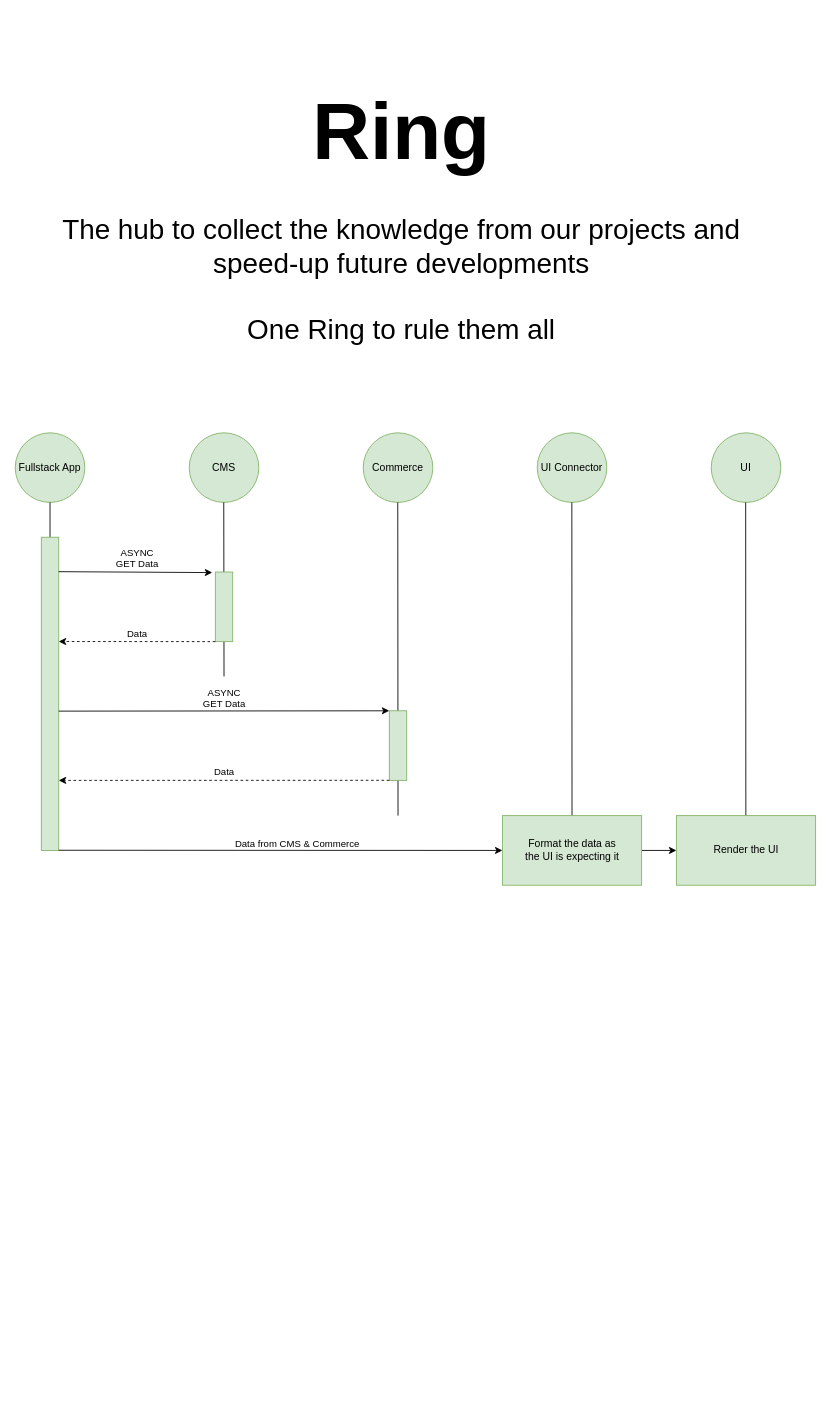
Before: page "Overview" (4 of 6) of docs/01-ways-of-working/ring-architecture/ring-architecture.drawio in Fedeorlandau/ring-1, a draw.io diagram. Source tidied: cells renumbered, new cells numbered last; positions are measured from the earlier drawing's top-left corner, leaving out a move shared by most shapes. Both pictures are drawn from the tidied source at 87%, with x=0, y=0 at pixel (15, 15).
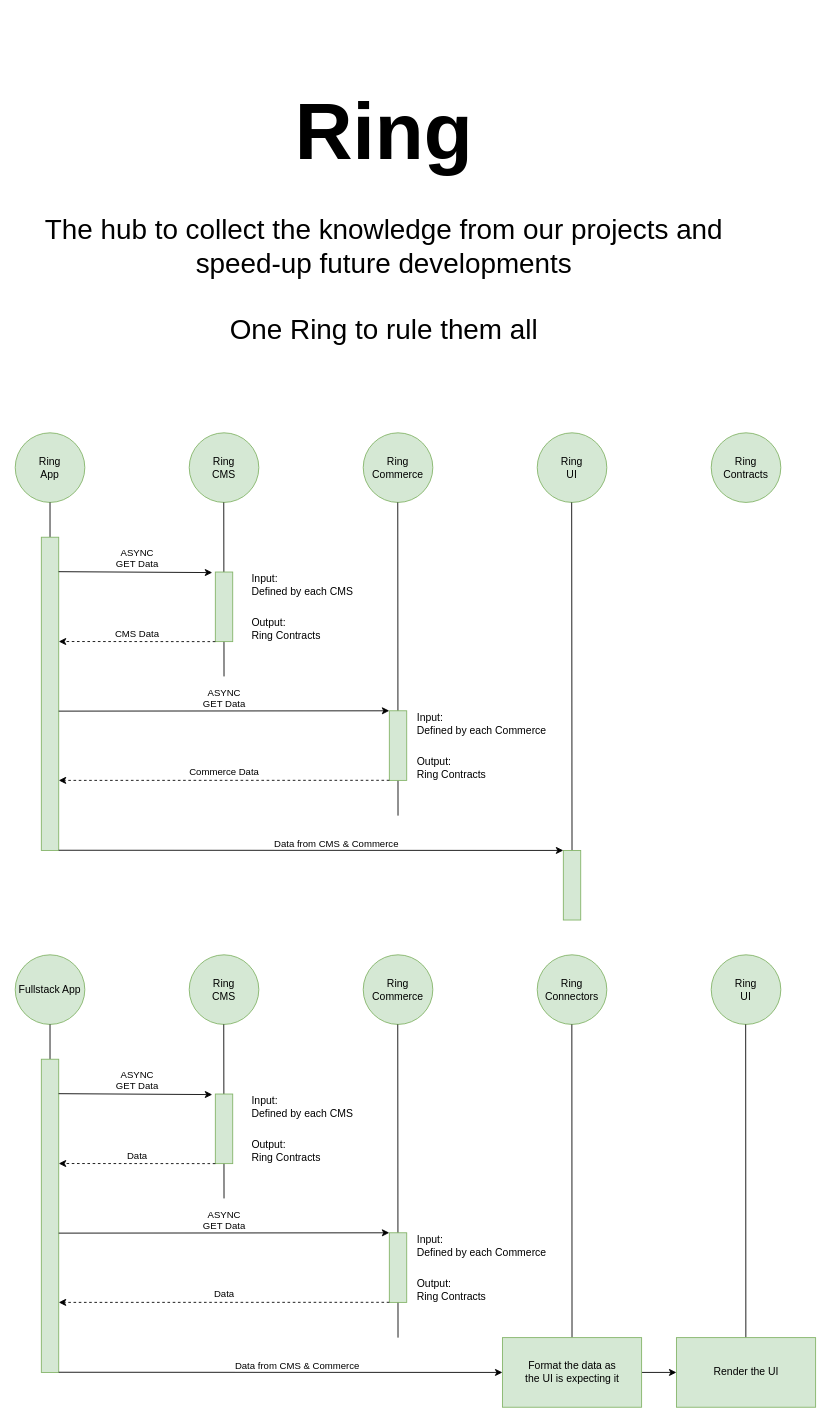
After the change.

Commit message (it also covers changes not shown here):
docs: ring-architecture

Unchanged cells that the change refers to:
```xml
<mxCell id="10" style="rounded=0;html=1;align=left;verticalAlign=bottom;glass=0;labelPosition=right;verticalLabelPosition=top;fillColor=#d5e8d4;strokeColor=#82b366;" parent="1" vertex="1">
  <mxGeometry x="30" y="600" width="20" height="360" as="geometry" />
</mxCell>
<mxCell id="13" style="rounded=0;html=1;align=left;verticalAlign=bottom;glass=0;labelPosition=right;verticalLabelPosition=top;fillColor=#d5e8d4;strokeColor=#82b366;" parent="1" vertex="1">
  <mxGeometry x="230" y="640" width="20" height="80" as="geometry" />
</mxCell>
```

Change to the diagram source:
```diff
@@
     <mxCell id="2" value="&lt;b&gt;&lt;font&gt;&lt;font style=&quot;font-size: 92px&quot;&gt;Ring&lt;/font&gt;&lt;br&gt;&lt;/font&gt;&lt;/b&gt;&lt;br style=&quot;font-size: 32px&quot;&gt;The hub to collect the knowledge from our projects and speed-up future developments&lt;br style=&quot;font-size: 32px&quot;&gt;&lt;br style=&quot;font-size: 32px&quot;&gt;One Ring to rule them all" style="text;html=1;strokeColor=none;fillColor=none;align=center;verticalAlign=middle;whiteSpace=wrap;rounded=0;fontSize=32;" parent="1" vertex="1">
-      <mxGeometry x="29" width="830" height="460" as="geometry" />
+      <mxGeometry x="9" width="830" height="460" as="geometry" />
     </mxCell>
-    <mxCell id="3" value="Fullstack App" style="ellipse;whiteSpace=wrap;html=1;fillColor=#d5e8d4;strokeColor=#82b366;" parent="1" vertex="1">
+    <mxCell id="3" value="Ring&lt;br&gt;App" style="ellipse;whiteSpace=wrap;html=1;fillColor=#d5e8d4;strokeColor=#82b366;" parent="1" vertex="1">
       <mxGeometry y="480" width="80" height="80" as="geometry" />
     </mxCell>
-    <mxCell id="4" value="UI Connector" style="ellipse;whiteSpace=wrap;html=1;fillColor=#d5e8d4;strokeColor=#82b366;" parent="1" vertex="1">
-      <mxGeometry x="600" y="480" width="80" height="80" as="geometry" />
-    </mxCell>
-    <mxCell id="5" value="CMS" style="ellipse;whiteSpace=wrap;html=1;fillColor=#d5e8d4;strokeColor=#82b366;" parent="1" vertex="1">
+    <mxCell id="5" value="Ring&lt;br&gt;CMS" style="ellipse;whiteSpace=wrap;html=1;fillColor=#d5e8d4;strokeColor=#82b366;" parent="1" vertex="1">
       <mxGeometry x="200" y="480" width="80" height="80" as="geometry" />
     </mxCell>
-    <mxCell id="6" value="Commerce" style="ellipse;whiteSpace=wrap;html=1;fillColor=#d5e8d4;strokeColor=#82b366;" parent="1" vertex="1">
+    <mxCell id="6" value="Ring&lt;br&gt;Commerce" style="ellipse;whiteSpace=wrap;html=1;fillColor=#d5e8d4;strokeColor=#82b366;" parent="1" vertex="1">
       <mxGeometry x="400" y="480" width="80" height="80" as="geometry" />
     </mxCell>
@@
-    <mxCell id="14" value="Data" style="endArrow=classic;html=1;rounded=0;exitX=0;exitY=1;exitDx=0;exitDy=0;dashed=1;labelPosition=center;verticalLabelPosition=top;align=center;verticalAlign=bottom;entryX=1;entryY=0.333;entryDx=0;entryDy=0;entryPerimeter=0;" parent="1" edge="1" source="13" target="10">
+    <mxCell id="14" value="CMS Data" style="endArrow=classic;html=1;rounded=0;exitX=0;exitY=1;exitDx=0;exitDy=0;dashed=1;labelPosition=center;verticalLabelPosition=top;align=center;verticalAlign=bottom;entryX=1;entryY=0.333;entryDx=0;entryDy=0;entryPerimeter=0;" parent="1" edge="1" source="13" target="10">
       <mxGeometry relative="1" as="geometry" />
     </mxCell>
@@
-    <mxCell id="18" value="Data" style="endArrow=classic;html=1;rounded=0;exitX=0;exitY=1;exitDx=0;exitDy=0;dashed=1;labelPosition=center;verticalLabelPosition=top;align=center;verticalAlign=bottom;" parent="1" edge="1">
+    <mxCell id="18" value="Commerce Data" style="endArrow=classic;html=1;rounded=0;exitX=0;exitY=1;exitDx=0;exitDy=0;dashed=1;labelPosition=center;verticalLabelPosition=top;align=center;verticalAlign=bottom;" parent="1" edge="1">
       <mxGeometry relative="1" as="geometry">
         <mxPoint x="430" y="879.4" as="sourcePoint" />
         <mxPoint x="50" y="879.5" as="targetPoint" />
       </mxGeometry>
     </mxCell>
-    <mxCell id="19" style="endArrow=none;html=1;rounded=0;entryX=0.5;entryY=1;entryDx=0;entryDy=0;exitX=0.5;exitY=0;exitDx=0;exitDy=0;" parent="1" edge="1" source="21">
-      <mxGeometry relative="1" as="geometry">
-        <mxPoint x="639.8" y="560" as="targetPoint" />
-      </mxGeometry>
-    </mxCell>
-    <mxCell id="20" style="edgeStyle=orthogonalEdgeStyle;rounded=0;jettySize=auto;html=1;" parent="1" edge="1" source="21" target="26">
-      <mxGeometry relative="1" as="geometry" />
-    </mxCell>
-    <mxCell id="21" value="Format the data as&lt;br&gt;the UI is expecting it" style="rounded=0;html=1;align=center;verticalAlign=middle;glass=0;labelPosition=center;verticalLabelPosition=middle;fillColor=#d5e8d4;strokeColor=#82b366;" parent="1" vertex="1">
-      <mxGeometry x="560" y="920" width="160" height="80" as="geometry" />
-    </mxCell>
-    <mxCell id="22" style="endArrow=classic;html=1;rounded=0;exitX=1.075;exitY=0.228;exitDx=0;exitDy=0;exitPerimeter=0;entryX=0;entryY=0.5;entryDx=0;entryDy=0;" parent="1" edge="1" target="21">
+    <mxCell id="22" style="endArrow=classic;html=1;rounded=0;exitX=1.075;exitY=0.228;exitDx=0;exitDy=0;exitPerimeter=0;entryX=0;entryY=0;entryDx=0;entryDy=0;" parent="1" edge="1" target="26">
       <mxGeometry relative="1" as="geometry">
         <mxPoint x="50" y="959.8" as="sourcePoint" />
       </mxGeometry>
     </mxCell>
@@
-    <mxCell id="24" value="UI" style="ellipse;whiteSpace=wrap;html=1;fillColor=#d5e8d4;strokeColor=#82b366;" parent="1" vertex="1">
-      <mxGeometry x="800" y="480" width="80" height="80" as="geometry" />
+    <mxCell id="24" value="Ring&lt;br&gt;UI" style="ellipse;whiteSpace=wrap;html=1;fillColor=#d5e8d4;strokeColor=#82b366;" parent="1" vertex="1">
+      <mxGeometry x="600" y="480" width="80" height="80" as="geometry" />
     </mxCell>
-    <mxCell id="25" style="endArrow=none;html=1;rounded=0;entryX=0.5;entryY=1;entryDx=0;entryDy=0;exitX=0.5;exitY=0;exitDx=0;exitDy=0;" parent="1" edge="1">
+    <mxCell id="25" style="endArrow=none;html=1;rounded=0;entryX=0.5;entryY=1;entryDx=0;entryDy=0;exitX=0.5;exitY=0;exitDx=0;exitDy=0;" parent="1" edge="1" source="26">
       <mxGeometry relative="1" as="geometry">
-        <mxPoint x="839.8" y="920" as="sourcePoint" />
-        <mxPoint x="839.6" y="560" as="targetPoint" />
+        <mxPoint x="639.6" y="560" as="targetPoint" />
       </mxGeometry>
     </mxCell>
-    <mxCell id="26" value="Render the UI" style="rounded=0;html=1;align=center;verticalAlign=middle;glass=0;labelPosition=center;verticalLabelPosition=middle;fillColor=#d5e8d4;strokeColor=#82b366;" parent="1" vertex="1">
-      <mxGeometry x="760" y="920" width="160" height="80" as="geometry" />
+    <mxCell id="26" style="rounded=0;html=1;align=center;verticalAlign=middle;glass=0;labelPosition=center;verticalLabelPosition=middle;fillColor=#d5e8d4;strokeColor=#82b366;" parent="1" vertex="1">
+      <mxGeometry x="630" y="960" width="20" height="80" as="geometry" />
     </mxCell>
+    <mxCell id="27" value="&lt;div&gt;&lt;span&gt;&lt;font face=&quot;helvetica&quot;&gt;Input:&lt;/font&gt;&lt;/span&gt;&lt;/div&gt;&lt;div&gt;&lt;span&gt;&lt;font face=&quot;helvetica&quot;&gt;Defined by each CMS&lt;/font&gt;&lt;/span&gt;&lt;/div&gt;" style="text;html=1;strokeColor=none;fillColor=none;align=left;verticalAlign=middle;whiteSpace=wrap;rounded=0;" parent="1" vertex="1">
+      <mxGeometry x="270" y="640" width="160" height="30" as="geometry" />
+    </mxCell>
+    <mxCell id="28" value="&lt;div&gt;&lt;span&gt;&lt;font face=&quot;helvetica&quot;&gt;Output:&lt;/font&gt;&lt;/span&gt;&lt;/div&gt;&lt;div&gt;&lt;span&gt;&lt;font face=&quot;helvetica&quot;&gt;Ring Contracts&lt;/font&gt;&lt;/span&gt;&lt;/div&gt;" style="text;html=1;strokeColor=none;fillColor=none;align=left;verticalAlign=middle;whiteSpace=wrap;rounded=0;" parent="1" vertex="1">
+      <mxGeometry x="270" y="690" width="160" height="30" as="geometry" />
+    </mxCell>
+    <mxCell id="29" value="&lt;div&gt;&lt;span&gt;&lt;font face=&quot;helvetica&quot;&gt;Input:&lt;/font&gt;&lt;/span&gt;&lt;/div&gt;&lt;div&gt;&lt;span&gt;&lt;font face=&quot;helvetica&quot;&gt;Defined by each Commerce&lt;/font&gt;&lt;/span&gt;&lt;/div&gt;" style="text;html=1;strokeColor=none;fillColor=none;align=left;verticalAlign=middle;whiteSpace=wrap;rounded=0;" parent="1" vertex="1">
+      <mxGeometry x="460" y="799.5" width="160" height="30" as="geometry" />
+    </mxCell>
+    <mxCell id="30" value="&lt;div&gt;&lt;span&gt;&lt;font face=&quot;helvetica&quot;&gt;Output:&lt;/font&gt;&lt;/span&gt;&lt;/div&gt;&lt;div&gt;&lt;span&gt;&lt;font face=&quot;helvetica&quot;&gt;Ring Contracts&lt;/font&gt;&lt;/span&gt;&lt;/div&gt;" style="text;html=1;strokeColor=none;fillColor=none;align=left;verticalAlign=middle;whiteSpace=wrap;rounded=0;" parent="1" vertex="1">
+      <mxGeometry x="460" y="849.5" width="160" height="30" as="geometry" />
+    </mxCell>
+    <mxCell id="31" value="Fullstack App" style="ellipse;whiteSpace=wrap;html=1;fillColor=#d5e8d4;strokeColor=#82b366;" parent="1" vertex="1">
+      <mxGeometry y="1080" width="80" height="80" as="geometry" />
+    </mxCell>
+    <mxCell id="32" value="Ring&lt;br&gt;Connectors" style="ellipse;whiteSpace=wrap;html=1;fillColor=#d5e8d4;strokeColor=#82b366;" parent="1" vertex="1">
+      <mxGeometry x="600" y="1080" width="80" height="80" as="geometry" />
+    </mxCell>
+    <mxCell id="33" value="Ring&lt;br&gt;CMS" style="ellipse;whiteSpace=wrap;html=1;fillColor=#d5e8d4;strokeColor=#82b366;" parent="1" vertex="1">
+      <mxGeometry x="200" y="1080" width="80" height="80" as="geometry" />
+    </mxCell>
+    <mxCell id="34" value="Ring&lt;br&gt;Commerce" style="ellipse;whiteSpace=wrap;html=1;fillColor=#d5e8d4;strokeColor=#82b366;" parent="1" vertex="1">
+      <mxGeometry x="400" y="1080" width="80" height="80" as="geometry" />
+    </mxCell>
+    <mxCell id="35" style="endArrow=none;html=1;rounded=0;entryX=0.5;entryY=1;entryDx=0;entryDy=0;startArrow=none;" parent="1" edge="1" source="38" target="31">
+      <mxGeometry relative="1" as="geometry" />
+    </mxCell>
+    <mxCell id="36" style="endArrow=none;html=1;rounded=0;entryX=0.5;entryY=1;entryDx=0;entryDy=0;" parent="1" edge="1">
+      <mxGeometry relative="1" as="geometry">
+        <mxPoint x="240" y="1360" as="sourcePoint" />
+        <mxPoint x="239.7" y="1160" as="targetPoint" />
+      </mxGeometry>
+    </mxCell>
+    <mxCell id="37" style="endArrow=none;html=1;rounded=0;entryX=0.5;entryY=1;entryDx=0;entryDy=0;" parent="1" edge="1">
+      <mxGeometry relative="1" as="geometry">
+        <mxPoint x="440" y="1520" as="sourcePoint" />
+        <mxPoint x="439.7" y="1160" as="targetPoint" />
+      </mxGeometry>
+    </mxCell>
+    <mxCell id="38" style="rounded=0;html=1;align=left;verticalAlign=bottom;glass=0;labelPosition=right;verticalLabelPosition=top;fillColor=#d5e8d4;strokeColor=#82b366;" parent="1" vertex="1">
+      <mxGeometry x="30" y="1200" width="20" height="360" as="geometry" />
+    </mxCell>
+    <mxCell id="39" style="endArrow=classic;html=1;rounded=0;entryX=-0.175;entryY=0.008;entryDx=0;entryDy=0;entryPerimeter=0;exitX=0.994;exitY=0.11;exitDx=0;exitDy=0;exitPerimeter=0;" parent="1" edge="1" source="38" target="41">
+      <mxGeometry relative="1" as="geometry" />
+    </mxCell>
+    <mxCell id="40" value="ASYNC&lt;br&gt;GET Data" style="edgeLabel;html=1;align=center;verticalAlign=bottom;labelPosition=center;verticalLabelPosition=top;" parent="39" vertex="1">
+      <mxGeometry x="0.28" y="1" relative="1" as="geometry">
+        <mxPoint x="-23" as="offset" />
+      </mxGeometry>
+    </mxCell>
+    <mxCell id="41" style="rounded=0;html=1;align=left;verticalAlign=bottom;glass=0;labelPosition=right;verticalLabelPosition=top;fillColor=#d5e8d4;strokeColor=#82b366;" parent="1" vertex="1">
+      <mxGeometry x="230" y="1240" width="20" height="80" as="geometry" />
+    </mxCell>
+    <mxCell id="42" value="Data" style="endArrow=classic;html=1;rounded=0;exitX=0;exitY=1;exitDx=0;exitDy=0;dashed=1;labelPosition=center;verticalLabelPosition=top;align=center;verticalAlign=bottom;entryX=1;entryY=0.333;entryDx=0;entryDy=0;entryPerimeter=0;" parent="1" edge="1" source="41" target="38">
+      <mxGeometry relative="1" as="geometry" />
+    </mxCell>
+    <mxCell id="43" style="rounded=0;html=1;align=left;verticalAlign=bottom;glass=0;labelPosition=right;verticalLabelPosition=top;fillColor=#d5e8d4;strokeColor=#82b366;" parent="1" vertex="1">
+      <mxGeometry x="430" y="1399.5" width="20" height="80" as="geometry" />
+    </mxCell>
+    <mxCell id="44" style="endArrow=classic;html=1;rounded=0;exitX=1.075;exitY=0.228;exitDx=0;exitDy=0;exitPerimeter=0;entryX=0;entryY=0;entryDx=0;entryDy=0;" parent="1" edge="1" target="43">
+      <mxGeometry relative="1" as="geometry">
+        <mxPoint x="50" y="1399.9" as="sourcePoint" />
+      </mxGeometry>
+    </mxCell>
+    <mxCell id="45" value="ASYNC&lt;br&gt;GET Data" style="edgeLabel;html=1;align=center;verticalAlign=bottom;labelPosition=center;verticalLabelPosition=top;" parent="44" vertex="1">
+      <mxGeometry x="0.28" y="1" relative="1" as="geometry">
+        <mxPoint x="-53" y="1" as="offset" />
+      </mxGeometry>
+    </mxCell>
+    <mxCell id="46" value="Data" style="endArrow=classic;html=1;rounded=0;exitX=0;exitY=1;exitDx=0;exitDy=0;dashed=1;labelPosition=center;verticalLabelPosition=top;align=center;verticalAlign=bottom;" parent="1" edge="1">
+      <mxGeometry relative="1" as="geometry">
+        <mxPoint x="430" y="1479.4" as="sourcePoint" />
+        <mxPoint x="50" y="1479.5" as="targetPoint" />
+      </mxGeometry>
+    </mxCell>
+    <mxCell id="47" style="endArrow=none;html=1;rounded=0;entryX=0.5;entryY=1;entryDx=0;entryDy=0;exitX=0.5;exitY=0;exitDx=0;exitDy=0;" parent="1" edge="1" source="21">
+      <mxGeometry relative="1" as="geometry">
+        <mxPoint x="639.8" y="1160" as="targetPoint" />
+      </mxGeometry>
+    </mxCell>
+    <mxCell id="48" style="edgeStyle=orthogonalEdgeStyle;rounded=0;jettySize=auto;html=1;" parent="1" edge="1" source="21" target="53">
+      <mxGeometry relative="1" as="geometry" />
+    </mxCell>
+    <mxCell id="21" value="Format the data as&lt;br&gt;the UI is expecting it" style="rounded=0;html=1;align=center;verticalAlign=middle;glass=0;labelPosition=center;verticalLabelPosition=middle;fillColor=#d5e8d4;strokeColor=#82b366;" parent="1" vertex="1">
+      <mxGeometry x="560" y="1520" width="160" height="80" as="geometry" />
+    </mxCell>
+    <mxCell id="49" style="endArrow=classic;html=1;rounded=0;exitX=1.075;exitY=0.228;exitDx=0;exitDy=0;exitPerimeter=0;entryX=0;entryY=0.5;entryDx=0;entryDy=0;" parent="1" edge="1" target="21">
+      <mxGeometry relative="1" as="geometry">
+        <mxPoint x="50" y="1559.8" as="sourcePoint" />
+      </mxGeometry>
+    </mxCell>
+    <mxCell id="50" value="Data from CMS &amp;amp; Commerce" style="edgeLabel;html=1;align=center;verticalAlign=bottom;labelPosition=center;verticalLabelPosition=top;" parent="49" vertex="1">
+      <mxGeometry x="0.28" y="1" relative="1" as="geometry">
+        <mxPoint x="-53" y="1" as="offset" />
+      </mxGeometry>
+    </mxCell>
+    <mxCell id="51" value="Ring&lt;br&gt;UI" style="ellipse;whiteSpace=wrap;html=1;fillColor=#d5e8d4;strokeColor=#82b366;" parent="1" vertex="1">
+      <mxGeometry x="800" y="1080" width="80" height="80" as="geometry" />
+    </mxCell>
+    <mxCell id="52" style="endArrow=none;html=1;rounded=0;entryX=0.5;entryY=1;entryDx=0;entryDy=0;exitX=0.5;exitY=0;exitDx=0;exitDy=0;" parent="1" edge="1">
+      <mxGeometry relative="1" as="geometry">
+        <mxPoint x="839.8" y="1520" as="sourcePoint" />
+        <mxPoint x="839.6" y="1160" as="targetPoint" />
+      </mxGeometry>
+    </mxCell>
+    <mxCell id="53" value="Render the UI" style="rounded=0;html=1;align=center;verticalAlign=middle;glass=0;labelPosition=center;verticalLabelPosition=middle;fillColor=#d5e8d4;strokeColor=#82b366;" parent="1" vertex="1">
+      <mxGeometry x="760" y="1520" width="160" height="80" as="geometry" />
+    </mxCell>
+    <mxCell id="54" value="&lt;div&gt;&lt;span&gt;&lt;font face=&quot;helvetica&quot;&gt;Input:&lt;/font&gt;&lt;/span&gt;&lt;/div&gt;&lt;div&gt;&lt;span&gt;&lt;font face=&quot;helvetica&quot;&gt;Defined by each CMS&lt;/font&gt;&lt;/span&gt;&lt;/div&gt;" style="text;html=1;strokeColor=none;fillColor=none;align=left;verticalAlign=middle;whiteSpace=wrap;rounded=0;" parent="1" vertex="1">
+      <mxGeometry x="270" y="1240" width="160" height="30" as="geometry" />
+    </mxCell>
+    <mxCell id="55" value="&lt;div&gt;&lt;span&gt;&lt;font face=&quot;helvetica&quot;&gt;Output:&lt;/font&gt;&lt;/span&gt;&lt;/div&gt;&lt;div&gt;&lt;span&gt;&lt;font face=&quot;helvetica&quot;&gt;Ring Contracts&lt;/font&gt;&lt;/span&gt;&lt;/div&gt;" style="text;html=1;strokeColor=none;fillColor=none;align=left;verticalAlign=middle;whiteSpace=wrap;rounded=0;" parent="1" vertex="1">
+      <mxGeometry x="270" y="1290" width="160" height="30" as="geometry" />
+    </mxCell>
+    <mxCell id="56" value="&lt;div&gt;&lt;span&gt;&lt;font face=&quot;helvetica&quot;&gt;Input:&lt;/font&gt;&lt;/span&gt;&lt;/div&gt;&lt;div&gt;&lt;span&gt;&lt;font face=&quot;helvetica&quot;&gt;Defined by each Commerce&lt;/font&gt;&lt;/span&gt;&lt;/div&gt;" style="text;html=1;strokeColor=none;fillColor=none;align=left;verticalAlign=middle;whiteSpace=wrap;rounded=0;" parent="1" vertex="1">
+      <mxGeometry x="460" y="1399.5" width="160" height="30" as="geometry" />
+    </mxCell>
+    <mxCell id="57" value="&lt;div&gt;&lt;span&gt;&lt;font face=&quot;helvetica&quot;&gt;Output:&lt;/font&gt;&lt;/span&gt;&lt;/div&gt;&lt;div&gt;&lt;span&gt;&lt;font face=&quot;helvetica&quot;&gt;Ring Contracts&lt;/font&gt;&lt;/span&gt;&lt;/div&gt;" style="text;html=1;strokeColor=none;fillColor=none;align=left;verticalAlign=middle;whiteSpace=wrap;rounded=0;" parent="1" vertex="1">
+      <mxGeometry x="460" y="1449.5" width="160" height="30" as="geometry" />
+    </mxCell>
+    <mxCell id="58" value="Ring&lt;br&gt;Contracts" style="ellipse;whiteSpace=wrap;html=1;fillColor=#d5e8d4;strokeColor=#82b366;" parent="1" vertex="1">
+      <mxGeometry x="800" y="480" width="80" height="80" as="geometry" />
+    </mxCell>
```
